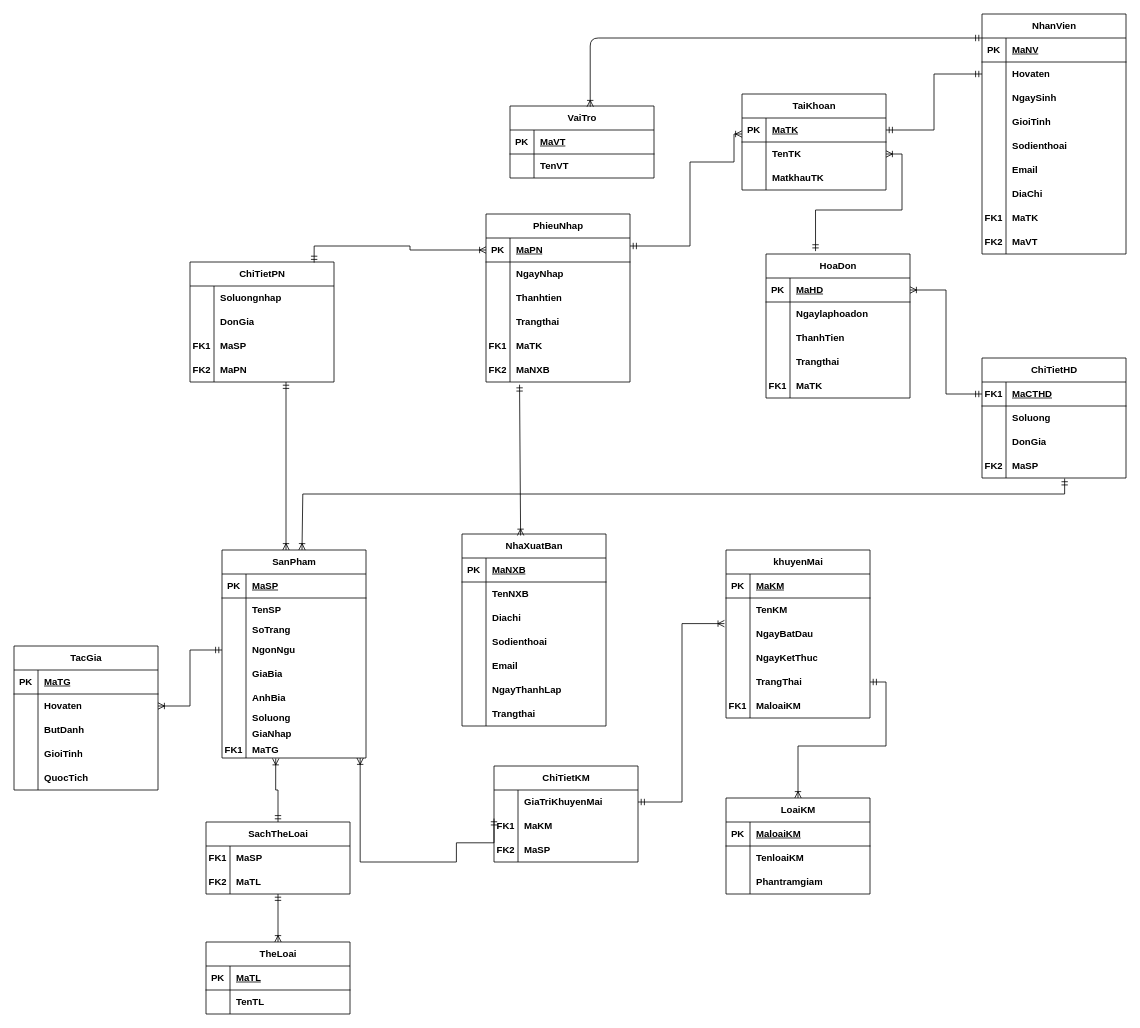
Before: DrawIO/ERD.drawio in LuuD04N/CNPM_QLSach_Backup, a draw.io diagram. Source tidied: cells renumbered, new cells numbered last; positions are measured from the earlier drawing's top-left corner, leaving out a move shared by most shapes. Both pictures are drawn from the tidied source at 80%, with x=0, y=0 at pixel (14, 14).
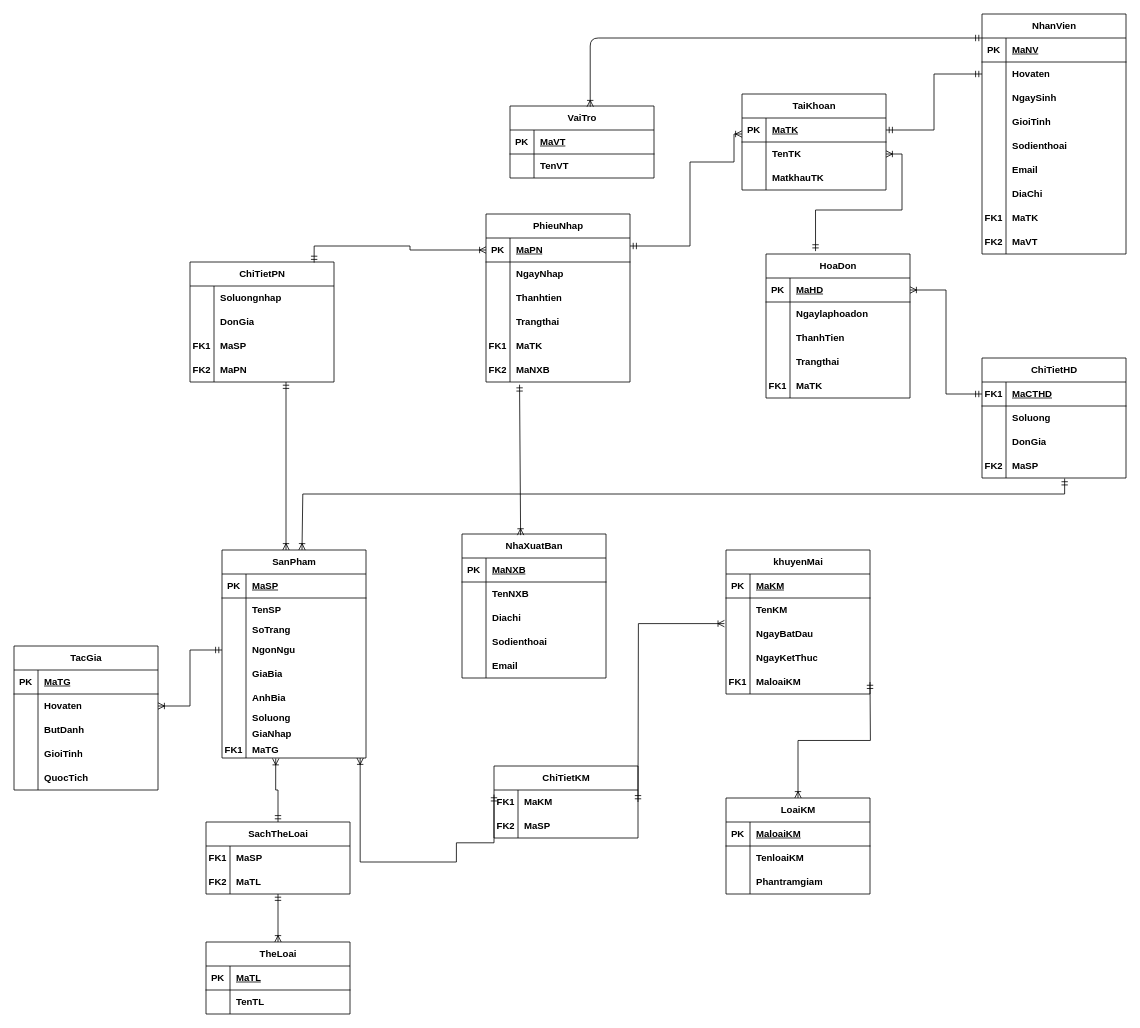
After the change.

Commit message (it also covers changes not shown here):
cap nhat lai use case, erd va bao cao

Unchanged cells that the change refers to:
```xml
<mxCell id="125" style="shape=tableRow;horizontal=0;startSize=0;swimlaneHead=0;swimlaneBody=0;fillColor=none;top=0;left=0;right=0;bottom=0;fontStyle=1;" parent="115" vertex="1">
  <mxGeometry y="120" width="180" height="30" as="geometry" />
</mxCell>
<mxCell id="196" style="shape=tableRow;horizontal=0;startSize=0;swimlaneHead=0;swimlaneBody=0;fillColor=none;points=[[0,0.5],[1,0.5]];portConstraint=eastwest;top=0;left=0;right=0;bottom=0;fontStyle=1;" parent="189" vertex="1">
  <mxGeometry y="90" width="180" height="30" as="geometry" />
</mxCell>
<mxCell id="219" value="LoaiKM" style="shape=table;startSize=30;childLayout=tableLayout;rowLines=0;fontStyle=1;align=center;html=1;" parent="1" vertex="1">
  <mxGeometry x="890" y="980" width="180" height="120" as="geometry" />
</mxCell>
```

The edit, as a diff of the source:
```diff
@@
     <mxCell id="93" value="NhaXuatBan" style="shape=table;startSize=30;childLayout=tableLayout;rowLines=0;fontStyle=1;align=center;html=1;" parent="1" vertex="1">
-      <mxGeometry x="560" y="650" width="180" height="240" as="geometry" />
+      <mxGeometry x="560" y="650" width="180" height="180" as="geometry" />
     </mxCell>
@@
-    <mxCell id="109" style="shape=tableRow;horizontal=0;startSize=0;swimlaneHead=0;swimlaneBody=0;fillColor=none;top=0;left=0;right=0;bottom=0;fontStyle=1;" parent="93" vertex="1">
-      <mxGeometry y="180" width="180" height="30" as="geometry" />
-    </mxCell>
-    <mxCell id="110" style="shape=partialRectangle;fillColor=none;top=0;left=0;bottom=0;right=0;overflow=hidden;whiteSpace=wrap;html=1;fontStyle=1;" parent="109" vertex="1">
-      <mxGeometry width="30" height="30" as="geometry" />
-    </mxCell>
-    <mxCell id="111" value="NgayThanhLap" style="shape=partialRectangle;fillColor=none;top=0;left=0;bottom=0;right=0;align=left;spacingLeft=6;overflow=hidden;whiteSpace=wrap;html=1;fontStyle=1;" parent="109" vertex="1">
-      <mxGeometry x="30" width="150" height="30" as="geometry" />
-    </mxCell>
-    <mxCell id="112" style="shape=tableRow;horizontal=0;startSize=0;swimlaneHead=0;swimlaneBody=0;fillColor=none;top=0;left=0;right=0;bottom=0;fontStyle=1;" parent="93" vertex="1">
-      <mxGeometry y="210" width="180" height="30" as="geometry" />
-    </mxCell>
-    <mxCell id="113" style="shape=partialRectangle;fillColor=none;top=0;left=0;bottom=0;right=0;overflow=hidden;whiteSpace=wrap;html=1;fontStyle=1;" parent="112" vertex="1">
-      <mxGeometry width="30" height="30" as="geometry" />
-    </mxCell>
-    <mxCell id="114" value="Trangthai" style="shape=partialRectangle;fillColor=none;top=0;left=0;bottom=0;right=0;align=left;spacingLeft=6;overflow=hidden;whiteSpace=wrap;html=1;fontStyle=1;" parent="112" vertex="1">
-      <mxGeometry x="30" width="150" height="30" as="geometry" />
-    </mxCell>
@@
-    <mxCell id="126" style="shape=partialRectangle;fillColor=none;top=0;left=0;bottom=0;right=0;overflow=hidden;whiteSpace=wrap;html=1;fontStyle=1;" parent="125" vertex="1">
-      <mxGeometry width="30" height="30" as="geometry" />
-    </mxCell>
-    <mxCell id="127" value="Trangthai" style="shape=partialRectangle;fillColor=none;top=0;left=0;bottom=0;right=0;align=left;spacingLeft=6;overflow=hidden;whiteSpace=wrap;html=1;fontStyle=1;" parent="125" vertex="1">
-      <mxGeometry x="30" width="150" height="30" as="geometry" />
-    </mxCell>
+    <mxCell id="243" style="shape=partialRectangle;fillColor=none;top=0;left=0;bottom=0;right=0;overflow=hidden;whiteSpace=wrap;html=1;fontStyle=1;" parent="125" vertex="1">
+      <mxGeometry width="30" height="30" as="geometry" />
+    </mxCell>
+    <mxCell id="244" value="Trangthai" style="shape=partialRectangle;fillColor=none;top=0;left=0;bottom=0;right=0;align=left;spacingLeft=6;overflow=hidden;whiteSpace=wrap;html=1;fontStyle=1;" parent="125" vertex="1">
+      <mxGeometry x="30" width="150" height="30" as="geometry" />
+    </mxCell>
@@
     <mxCell id="189" value="khuyenMai" style="shape=table;startSize=30;childLayout=tableLayout;rowLines=0;fontStyle=1;align=center;html=1;" parent="1" vertex="1">
-      <mxGeometry x="890" y="670" width="180" height="210" as="geometry" />
+      <mxGeometry x="890" y="670" width="180" height="180" as="geometry" />
     </mxCell>
@@
-    <mxCell id="202" style="shape=tableRow;horizontal=0;startSize=0;swimlaneHead=0;swimlaneBody=0;fillColor=none;points=[[0,0.5],[1,0.5]];portConstraint=eastwest;top=0;left=0;right=0;bottom=0;fontStyle=1;" parent="189" vertex="1">
-      <mxGeometry y="150" width="180" height="30" as="geometry" />
-    </mxCell>
-    <mxCell id="203" style="shape=partialRectangle;fillColor=none;top=0;left=0;bottom=0;right=0;overflow=hidden;whiteSpace=wrap;html=1;fontStyle=1;" parent="202" vertex="1">
-      <mxGeometry width="30" height="30" as="geometry" />
-    </mxCell>
-    <mxCell id="204" value="TrangThai" style="shape=partialRectangle;fillColor=none;top=0;left=0;bottom=0;right=0;align=left;spacingLeft=6;overflow=hidden;whiteSpace=wrap;html=1;fontStyle=1;" parent="202" vertex="1">
-      <mxGeometry x="30" width="150" height="30" as="geometry" />
-    </mxCell>
     <mxCell id="205" style="shape=tableRow;horizontal=0;startSize=0;swimlaneHead=0;swimlaneBody=0;fillColor=none;top=0;left=0;right=0;bottom=0;fontStyle=1;" parent="189" vertex="1">
-      <mxGeometry y="180" width="180" height="30" as="geometry" />
+      <mxGeometry y="150" width="180" height="30" as="geometry" />
     </mxCell>
@@
     <mxCell id="208" value="ChiTietKM" style="shape=table;startSize=30;childLayout=tableLayout;rowLines=0;fontStyle=1;align=center;html=1;" parent="1" vertex="1">
-      <mxGeometry x="600" y="940" width="180" height="120" as="geometry" />
+      <mxGeometry x="600" y="940" width="180" height="90" as="geometry" />
     </mxCell>
-    <mxCell id="209" style="shape=tableRow;horizontal=0;startSize=0;swimlaneHead=0;swimlaneBody=0;fillColor=none;points=[[0,0.5],[1,0.5]];portConstraint=eastwest;top=0;left=0;right=0;bottom=0;fontStyle=1;" parent="208" vertex="1">
-      <mxGeometry y="30" width="180" height="30" as="geometry" />
-    </mxCell>
-    <mxCell id="210" style="shape=partialRectangle;fillColor=none;top=0;left=0;bottom=0;right=0;overflow=hidden;whiteSpace=wrap;html=1;fontStyle=1;" parent="209" vertex="1">
-      <mxGeometry width="30" height="30" as="geometry" />
-    </mxCell>
-    <mxCell id="211" value="GiaTriKhuyenMai" style="shape=partialRectangle;fillColor=none;top=0;left=0;bottom=0;right=0;align=left;spacingLeft=6;overflow=hidden;whiteSpace=wrap;html=1;fontStyle=1;" parent="209" vertex="1">
-      <mxGeometry x="30" width="150" height="30" as="geometry" />
-    </mxCell>
     <mxCell id="212" style="shape=tableRow;horizontal=0;startSize=0;swimlaneHead=0;swimlaneBody=0;fillColor=none;points=[[0,0.5],[1,0.5]];portConstraint=eastwest;top=0;left=0;right=0;bottom=0;fontStyle=1;" parent="208" vertex="1">
-      <mxGeometry y="60" width="180" height="30" as="geometry" />
+      <mxGeometry y="30" width="180" height="30" as="geometry" />
     </mxCell>
@@
     <mxCell id="215" style="shape=tableRow;horizontal=0;startSize=0;swimlaneHead=0;swimlaneBody=0;fillColor=none;top=0;left=0;right=0;bottom=0;fontStyle=1;" parent="208" vertex="1">
-      <mxGeometry y="90" width="180" height="30" as="geometry" />
+      <mxGeometry y="60" width="180" height="30" as="geometry" />
     </mxCell>
@@
-    <mxCell id="218" style="edgeStyle=orthogonalEdgeStyle;rounded=0;jettySize=auto;html=1;exitX=0.5;exitY=0;exitDx=0;exitDy=0;startArrow=ERoneToMany;startFill=0;endArrow=ERmandOne;endFill=0;fontStyle=0;" parent="1" edge="1" source="219" target="202">
-      <mxGeometry relative="1" as="geometry" />
+    <mxCell id="218" style="edgeStyle=orthogonalEdgeStyle;rounded=0;jettySize=auto;html=1;exitX=0.5;exitY=0;exitDx=0;exitDy=0;startArrow=ERoneToMany;startFill=0;endArrow=ERmandOne;endFill=0;fontStyle=0;" parent="1" edge="1" source="219">
+      <mxGeometry relative="1" as="geometry">
+        <mxPoint x="1070" y="835.1" as="targetPoint" />
+      </mxGeometry>
     </mxCell>
@@
-    <mxCell id="230" style="edgeStyle=orthogonalEdgeStyle;rounded=0;jettySize=auto;html=1;exitX=1;exitY=0.5;exitDx=0;exitDy=0;entryX=-0.011;entryY=0.067;entryDx=0;entryDy=0;entryPerimeter=0;startArrow=ERmandOne;startFill=0;endArrow=ERoneToMany;endFill=0;" parent="1" edge="1" source="209" target="196">
-      <mxGeometry relative="1" as="geometry" />
+    <mxCell id="230" style="edgeStyle=orthogonalEdgeStyle;rounded=0;jettySize=auto;html=1;exitX=1;exitY=0.5;exitDx=0;exitDy=0;entryX=-0.011;entryY=0.067;entryDx=0;entryDy=0;entryPerimeter=0;startArrow=ERmandOne;startFill=0;endArrow=ERoneToMany;endFill=0;" parent="1" edge="1" target="196">
+      <mxGeometry relative="1" as="geometry">
+        <mxPoint x="780" y="985" as="sourcePoint" />
+      </mxGeometry>
     </mxCell>
```
